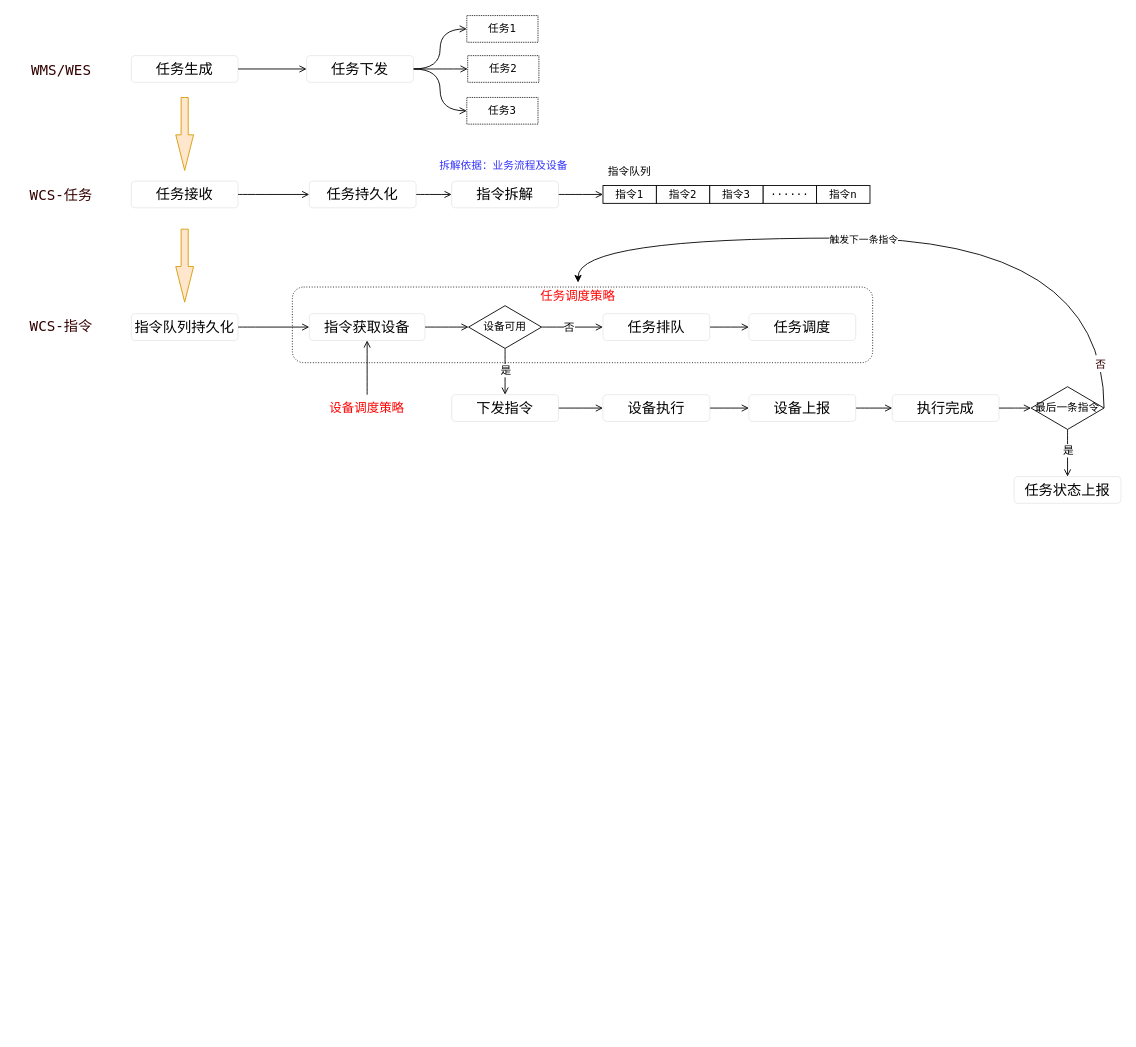
This is wcs核心流程.drawio from xingly/draw.io, a draw.io file, before an edit. Source tidied: cells renumbered, new cells numbered last; positions are measured from the earlier drawing's top-left corner, leaving out a move shared by most shapes. Both pictures are drawn from the tidied source at 89%, with x=0, y=0 at pixel (20, 15).
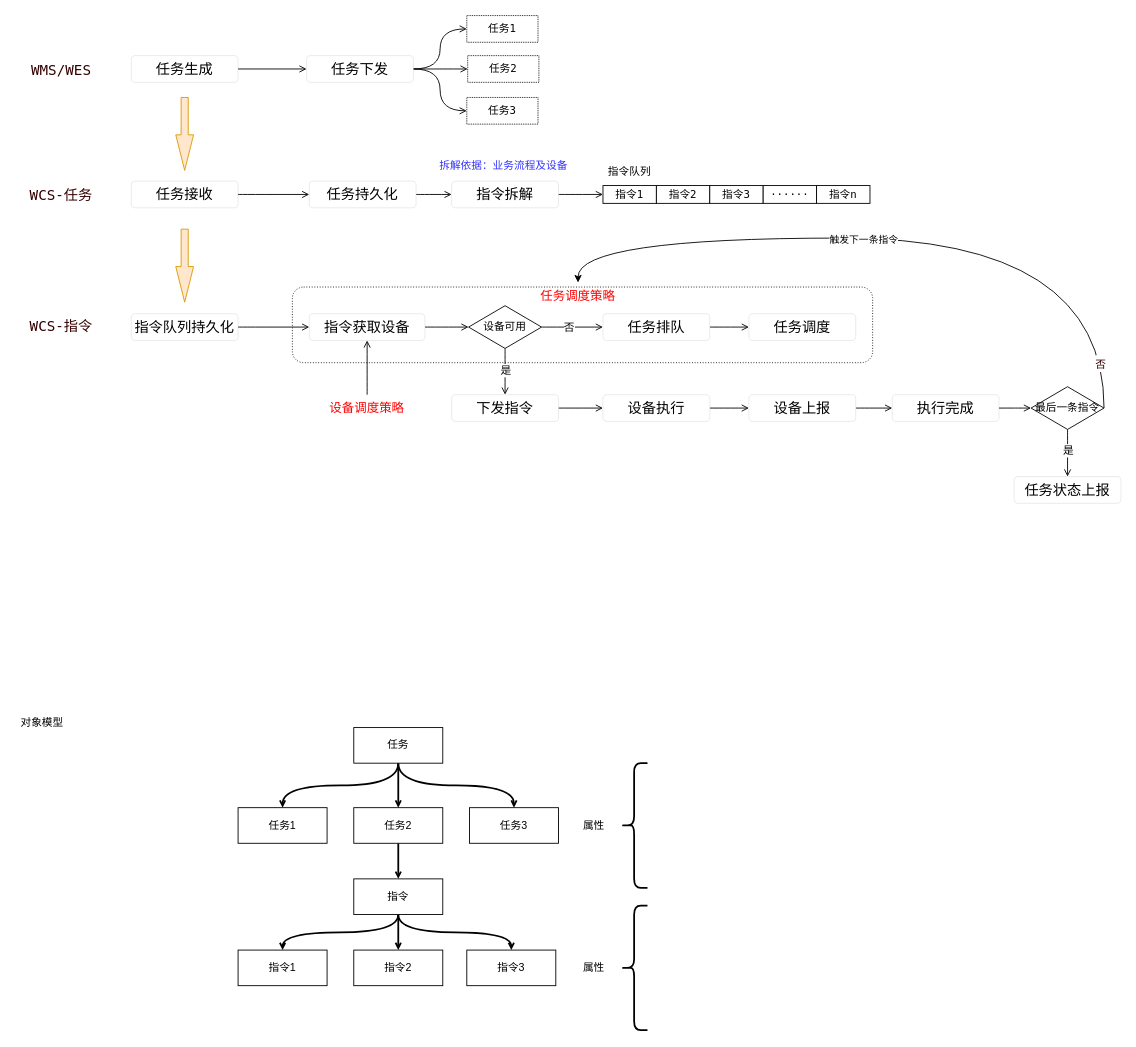
Above is the later version.

Commit message:
更新wcs核心流程.drawio

Diff of the diagram source:
```diff
@@
+    <mxCell id="60" value="对象模型" style="text;html=1;strokeColor=none;fillColor=none;align=center;verticalAlign=middle;whiteSpace=wrap;rounded=0;" parent="1" vertex="1">
+      <mxGeometry x="-6" y="780" width="60" height="30" as="geometry" />
+    </mxCell>
+    <mxCell id="61" style="edgeStyle=orthogonalEdgeStyle;rounded=0;jettySize=auto;html=1;exitX=0.5;exitY=1;exitDx=0;exitDy=0;entryX=0.5;entryY=0;entryDx=0;entryDy=0;strokeWidth=2;endArrow=open;endFill=0;curved=1;endSize=4;startSize=4;" parent="1" edge="1" source="64" target="65">
+      <mxGeometry relative="1" as="geometry" />
+    </mxCell>
+    <mxCell id="62" style="edgeStyle=orthogonalEdgeStyle;rounded=0;jettySize=auto;html=1;exitX=0.5;exitY=1;exitDx=0;exitDy=0;strokeWidth=2;endArrow=open;endFill=0;curved=1;endSize=4;startSize=4;" parent="1" edge="1" source="64" target="67">
+      <mxGeometry relative="1" as="geometry" />
+    </mxCell>
+    <mxCell id="63" style="edgeStyle=orthogonalEdgeStyle;rounded=0;jettySize=auto;html=1;exitX=0.5;exitY=1;exitDx=0;exitDy=0;strokeWidth=2;endArrow=open;endFill=0;curved=1;endSize=4;startSize=4;" parent="1" edge="1" source="64" target="68">
+      <mxGeometry relative="1" as="geometry" />
+    </mxCell>
+    <mxCell id="64" value="任务" style="rounded=0;whiteSpace=wrap;html=1;" parent="1" vertex="1">
+      <mxGeometry x="374" y="800" width="100" height="40" as="geometry" />
+    </mxCell>
+    <mxCell id="65" value="任务1" style="rounded=0;whiteSpace=wrap;html=1;" parent="1" vertex="1">
+      <mxGeometry x="244" y="890" width="100" height="40" as="geometry" />
+    </mxCell>
+    <mxCell id="66" style="edgeStyle=orthogonalEdgeStyle;curved=1;rounded=0;jettySize=auto;html=1;exitX=0.5;exitY=1;exitDx=0;exitDy=0;strokeWidth=2;endArrow=open;endFill=0;startSize=4;endSize=4;" parent="1" edge="1" source="67" target="72">
+      <mxGeometry relative="1" as="geometry" />
+    </mxCell>
+    <mxCell id="67" value="任务2" style="rounded=0;whiteSpace=wrap;html=1;" parent="1" vertex="1">
+      <mxGeometry x="374" y="890" width="100" height="40" as="geometry" />
+    </mxCell>
+    <mxCell id="68" value="任务3" style="rounded=0;whiteSpace=wrap;html=1;" parent="1" vertex="1">
+      <mxGeometry x="504" y="890" width="100" height="40" as="geometry" />
+    </mxCell>
+    <mxCell id="69" style="edgeStyle=orthogonalEdgeStyle;curved=1;rounded=0;jettySize=auto;html=1;exitX=0.5;exitY=1;exitDx=0;exitDy=0;strokeWidth=2;endArrow=open;endFill=0;startSize=4;endSize=4;" parent="1" edge="1" source="72" target="75">
+      <mxGeometry relative="1" as="geometry" />
+    </mxCell>
+    <mxCell id="70" style="edgeStyle=orthogonalEdgeStyle;curved=1;rounded=0;jettySize=auto;html=1;exitX=0.5;exitY=1;exitDx=0;exitDy=0;entryX=0.5;entryY=0;entryDx=0;entryDy=0;strokeWidth=2;endArrow=open;endFill=0;startSize=4;endSize=4;" parent="1" edge="1" source="72" target="73">
+      <mxGeometry relative="1" as="geometry" />
+    </mxCell>
+    <mxCell id="71" style="edgeStyle=orthogonalEdgeStyle;curved=1;rounded=0;jettySize=auto;html=1;exitX=0.5;exitY=1;exitDx=0;exitDy=0;entryX=0.5;entryY=0;entryDx=0;entryDy=0;strokeWidth=2;endArrow=open;endFill=0;startSize=4;endSize=4;" parent="1" edge="1" source="72" target="74">
+      <mxGeometry relative="1" as="geometry" />
+    </mxCell>
+    <mxCell id="72" value="指令" style="rounded=0;whiteSpace=wrap;html=1;" parent="1" vertex="1">
+      <mxGeometry x="374" y="970" width="100" height="40" as="geometry" />
+    </mxCell>
+    <mxCell id="73" value="指令2" style="rounded=0;whiteSpace=wrap;html=1;" parent="1" vertex="1">
+      <mxGeometry x="374" y="1050" width="100" height="40" as="geometry" />
+    </mxCell>
+    <mxCell id="74" value="指令3" style="rounded=0;whiteSpace=wrap;html=1;" parent="1" vertex="1">
+      <mxGeometry x="501" y="1050" width="100" height="40" as="geometry" />
+    </mxCell>
+    <mxCell id="75" value="指令1" style="rounded=0;whiteSpace=wrap;html=1;" parent="1" vertex="1">
+      <mxGeometry x="244" y="1050" width="100" height="40" as="geometry" />
+    </mxCell>
+    <mxCell id="76" style="shape=curlyBracket;whiteSpace=wrap;html=1;rounded=1;labelPosition=left;verticalLabelPosition=middle;align=right;verticalAlign=middle;strokeWidth=2;" parent="1" vertex="1">
+      <mxGeometry x="674" y="840" width="30" height="140" as="geometry" />
+    </mxCell>
+    <mxCell id="77" value="属性" style="text;html=1;strokeColor=none;fillColor=none;align=center;verticalAlign=middle;whiteSpace=wrap;rounded=0;strokeWidth=2;" parent="1" vertex="1">
+      <mxGeometry x="614" y="895" width="60" height="30" as="geometry" />
+    </mxCell>
+    <mxCell id="78" style="shape=curlyBracket;whiteSpace=wrap;html=1;rounded=1;labelPosition=left;verticalLabelPosition=middle;align=right;verticalAlign=middle;strokeWidth=2;" parent="1" vertex="1">
+      <mxGeometry x="674" y="1000" width="30" height="140" as="geometry" />
+    </mxCell>
+    <mxCell id="79" value="属性" style="text;html=1;strokeColor=none;fillColor=none;align=center;verticalAlign=middle;whiteSpace=wrap;rounded=0;strokeWidth=2;" parent="1" vertex="1">
+      <mxGeometry x="614" y="1055" width="60" height="30" as="geometry" />
+    </mxCell>
```
